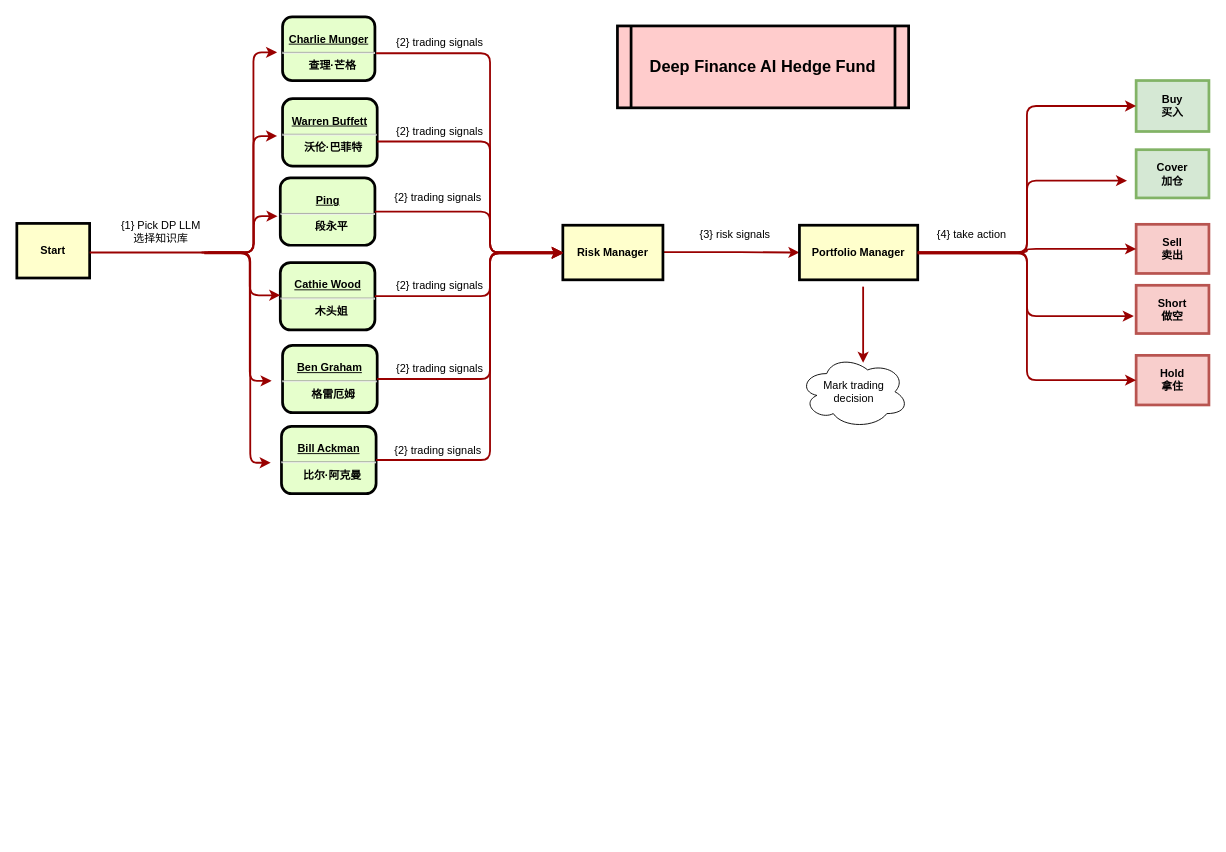
The draw.io diagram DeepFinance EG.drawio in fanlongtao123/wechat-tutorial, before the edit. Source tidied: cells renumbered, new cells numbered last; positions are measured from the earlier drawing's top-left corner, leaving out a move shared by most shapes. Both pictures are drawn from the tidied source at 91%, with x=0, y=0 at pixel (16, 16).
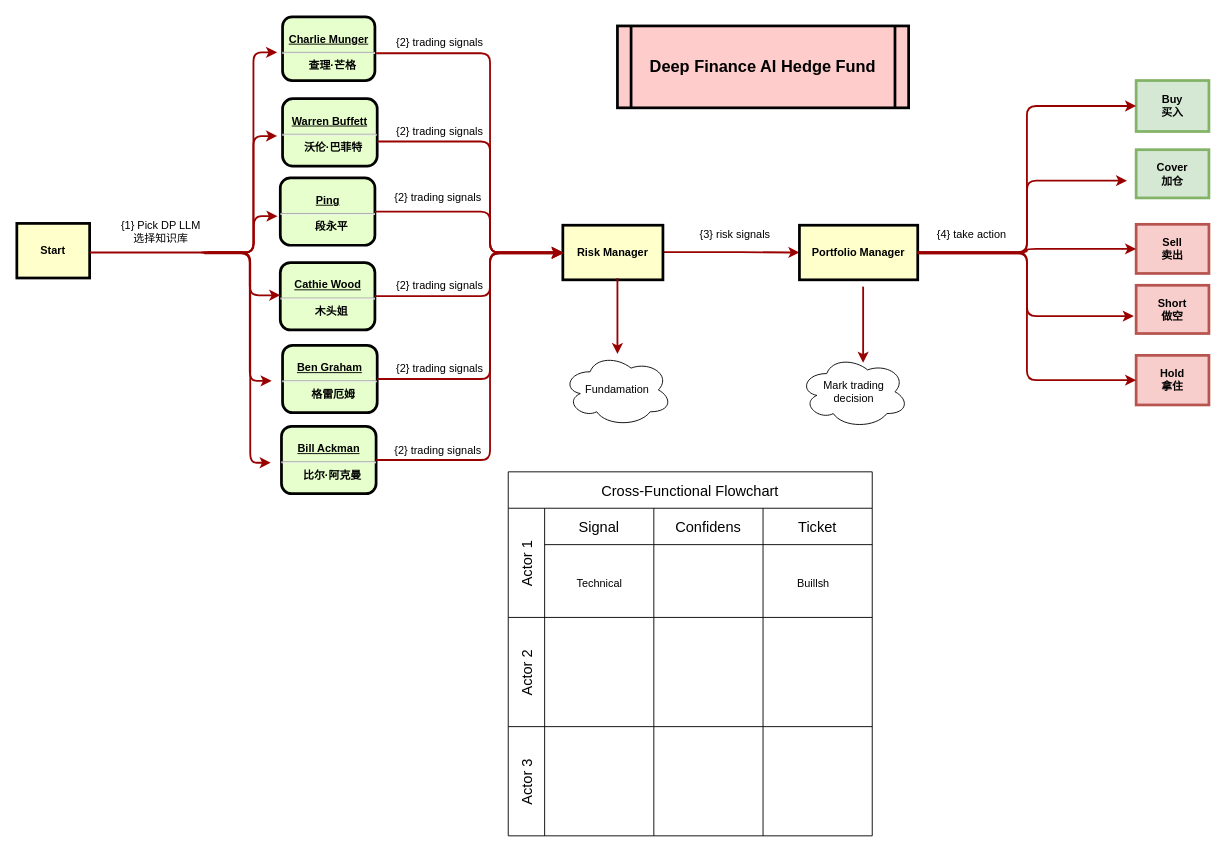
The same page after the edit.

What changed in the source:
```diff
@@
+    <mxCell id="46" value="Cross-Functional Flowchart" style="shape=table;childLayout=tableLayout;startSize=40;fontSize=16;" parent="1" vertex="1">
+      <mxGeometry x="540" y="500" width="400" height="400" as="geometry" />
+    </mxCell>
+    <mxCell id="47" value="Actor 1" style="shape=tableRow;horizontal=0;swimlaneHead=0;swimlaneBody=0;top=0;left=0;strokeColor=inherit;bottom=0;right=0;fontStyle=0;fillColor=none;startSize=40;fontSize=16;" parent="46" vertex="1">
+      <mxGeometry y="40" width="400" height="120" as="geometry" />
+    </mxCell>
+    <mxCell id="48" value="Signal" style="swimlane;swimlaneHead=0;swimlaneBody=0;fontStyle=0;strokeColor=inherit;fillColor=none;startSize=40;fontSize=16;" parent="47" vertex="1">
+      <mxGeometry x="40" width="120" height="120" as="geometry" />
+    </mxCell>
+    <mxCell id="49" value="Technical" style="text;html=1;align=center;verticalAlign=middle;strokeColor=none;fillColor=none;" parent="48" vertex="1">
+      <mxGeometry x="25" y="68" width="70" height="30" as="geometry" />
+    </mxCell>
+    <mxCell id="50" value="Confidens" style="swimlane;swimlaneHead=0;swimlaneBody=0;fontStyle=0;strokeColor=inherit;fillColor=none;startSize=40;fontSize=16;" parent="47" vertex="1">
+      <mxGeometry x="160" width="120" height="120" as="geometry" />
+    </mxCell>
+    <mxCell id="51" value="Ticket" style="swimlane;swimlaneHead=0;swimlaneBody=0;fontStyle=0;strokeColor=inherit;fillColor=none;startSize=40;fontSize=16;" parent="47" vertex="1">
+      <mxGeometry x="280" width="120" height="120" as="geometry" />
+    </mxCell>
+    <mxCell id="52" value="Buillsh" style="text;html=1;align=center;verticalAlign=middle;strokeColor=none;fillColor=none;" parent="51" vertex="1">
+      <mxGeometry x="25" y="68" width="60" height="30" as="geometry" />
+    </mxCell>
+    <mxCell id="53" value="Actor 2" style="shape=tableRow;horizontal=0;swimlaneHead=0;swimlaneBody=0;top=0;left=0;strokeColor=inherit;bottom=0;right=0;fontStyle=0;fillColor=none;startSize=40;fontSize=16;" parent="46" vertex="1">
+      <mxGeometry y="160" width="400" height="120" as="geometry" />
+    </mxCell>
+    <mxCell id="54" style="swimlane;swimlaneHead=0;swimlaneBody=0;fontStyle=0;strokeColor=inherit;fillColor=none;startSize=0;fontSize=16;" parent="53" vertex="1">
+      <mxGeometry x="40" width="120" height="120" as="geometry" />
+    </mxCell>
+    <mxCell id="55" style="swimlane;swimlaneHead=0;swimlaneBody=0;fontStyle=0;strokeColor=inherit;fillColor=none;startSize=0;fontSize=16;" parent="53" vertex="1">
+      <mxGeometry x="160" width="120" height="120" as="geometry" />
+    </mxCell>
+    <mxCell id="56" style="swimlane;swimlaneHead=0;swimlaneBody=0;fontStyle=0;strokeColor=inherit;fillColor=none;startSize=0;fontSize=16;" parent="53" vertex="1">
+      <mxGeometry x="280" width="120" height="120" as="geometry" />
+    </mxCell>
+    <mxCell id="57" value="Actor 3" style="shape=tableRow;horizontal=0;swimlaneHead=0;swimlaneBody=0;top=0;left=0;strokeColor=inherit;bottom=0;right=0;fontStyle=0;fillColor=none;startSize=40;fontSize=16;" parent="46" vertex="1">
+      <mxGeometry y="280" width="400" height="120" as="geometry" />
+    </mxCell>
+    <mxCell id="58" style="swimlane;swimlaneHead=0;swimlaneBody=0;fontStyle=0;strokeColor=inherit;fillColor=none;startSize=0;fontSize=16;" parent="57" vertex="1">
+      <mxGeometry x="40" width="120" height="120" as="geometry" />
+    </mxCell>
+    <mxCell id="59" style="swimlane;swimlaneHead=0;swimlaneBody=0;fontStyle=0;strokeColor=inherit;fillColor=none;startSize=0;fontSize=16;" parent="57" vertex="1">
+      <mxGeometry x="160" width="120" height="120" as="geometry" />
+    </mxCell>
+    <mxCell id="60" style="swimlane;swimlaneHead=0;swimlaneBody=0;fontStyle=0;strokeColor=inherit;fillColor=none;startSize=0;fontSize=16;" parent="57" vertex="1">
+      <mxGeometry x="280" width="120" height="120" as="geometry" />
+    </mxCell>
+    <mxCell id="61" value="Fundamation" style="ellipse;shape=cloud;whiteSpace=wrap;html=1;" parent="1" vertex="1">
+      <mxGeometry x="600" y="370" width="120" height="80" as="geometry" />
+    </mxCell>
+    <mxCell id="62" style="edgeStyle=elbowEdgeStyle;elbow=horizontal;strokeColor=#990000;strokeWidth=2;entryX=0.582;entryY=0.102;entryDx=0;entryDy=0;entryPerimeter=0;flowAnimation=1;" parent="1" edge="1">
+      <mxGeometry relative="1" as="geometry">
+        <mxPoint x="660" y="287" as="sourcePoint" />
+        <mxPoint x="660" y="370.5" as="targetPoint" />
+      </mxGeometry>
+    </mxCell>
```
